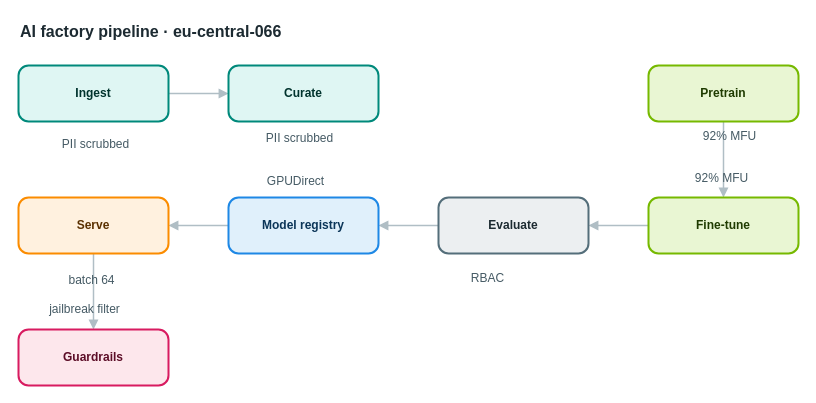
Before: apps/web/public/samples/library/066-ai-factory-pipeline.drawio in AryanG01/open-apprentice, a draw.io diagram. Source tidied: cells renumbered, new cells numbered last; positions are measured from the earlier drawing's top-left corner, leaving out a move shared by most shapes. Both pictures are drawn from the tidied source at 100%, with x=0, y=0 at pixel (18, 17).
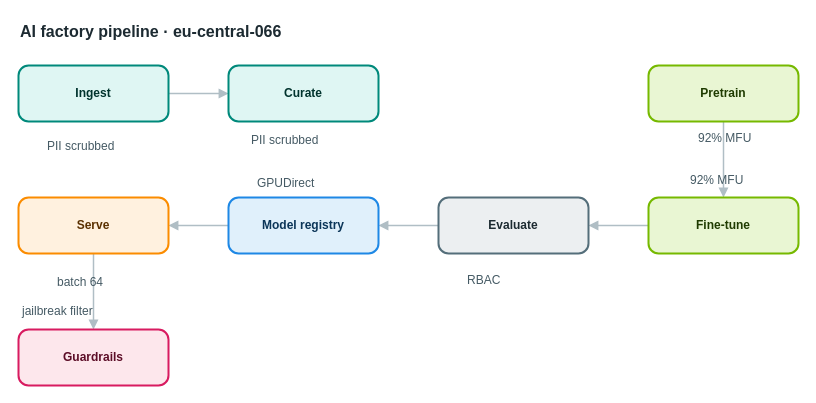
The same diagram, later.

The edit, as a diff of the source:
```diff
@@
-    <mxCell id="17" value="PII scrubbed" style="text;html=1;align=center;verticalAlign=middle;whiteSpace=nowrap;strokeColor=none;fillColor=none;fontSize=12;fontColor=#455a64;" parent="1" vertex="1">
+    <mxCell id="17" value="PII scrubbed" style="text;html=1;align=left;verticalAlign=top;whiteSpace=nowrap;spacing=0;spacingTop=0;strokeColor=none;fillColor=none;fontSize=12;fontColor=#455a64;" parent="1" vertex="1">
       <mxGeometry x="29" y="117" width="96" height="20" as="geometry" />
     </mxCell>
-    <mxCell id="18" value="PII scrubbed" style="text;html=1;align=center;verticalAlign=middle;whiteSpace=nowrap;strokeColor=none;fillColor=none;fontSize=12;fontColor=#455a64;" parent="1" vertex="1">
+    <mxCell id="18" value="PII scrubbed" style="text;html=1;align=left;verticalAlign=top;whiteSpace=nowrap;spacing=0;spacingTop=0;strokeColor=none;fillColor=none;fontSize=12;fontColor=#455a64;" parent="1" vertex="1">
       <mxGeometry x="233" y="111" width="96" height="20" as="geometry" />
     </mxCell>
-    <mxCell id="19" value="92% MFU" style="text;html=1;align=center;verticalAlign=middle;whiteSpace=nowrap;strokeColor=none;fillColor=none;fontSize=12;fontColor=#455a64;" parent="1" vertex="1">
+    <mxCell id="19" value="92% MFU" style="text;html=1;align=left;verticalAlign=top;whiteSpace=nowrap;spacing=0;spacingTop=0;strokeColor=none;fillColor=none;fontSize=12;fontColor=#455a64;" parent="1" vertex="1">
       <mxGeometry x="680" y="109" width="61" height="20" as="geometry" />
     </mxCell>
-    <mxCell id="20" value="92% MFU" style="text;html=1;align=center;verticalAlign=middle;whiteSpace=nowrap;strokeColor=none;fillColor=none;fontSize=12;fontColor=#455a64;" parent="1" vertex="1">
+    <mxCell id="20" value="92% MFU" style="text;html=1;align=left;verticalAlign=top;whiteSpace=nowrap;spacing=0;spacingTop=0;strokeColor=none;fillColor=none;fontSize=12;fontColor=#455a64;" parent="1" vertex="1">
       <mxGeometry x="672" y="151" width="61" height="20" as="geometry" />
     </mxCell>
-    <mxCell id="21" value="RBAC" style="text;html=1;align=center;verticalAlign=middle;whiteSpace=nowrap;strokeColor=none;fillColor=none;fontSize=12;fontColor=#455a64;" parent="1" vertex="1">
+    <mxCell id="21" value="RBAC" style="text;html=1;align=left;verticalAlign=top;whiteSpace=nowrap;spacing=0;spacingTop=0;strokeColor=none;fillColor=none;fontSize=12;fontColor=#455a64;" parent="1" vertex="1">
       <mxGeometry x="449" y="251" width="40" height="20" as="geometry" />
     </mxCell>
-    <mxCell id="22" value="GPUDirect" style="text;html=1;align=center;verticalAlign=middle;whiteSpace=nowrap;strokeColor=none;fillColor=none;fontSize=12;fontColor=#455a64;" parent="1" vertex="1">
+    <mxCell id="22" value="GPUDirect" style="text;html=1;align=left;verticalAlign=top;whiteSpace=nowrap;spacing=0;spacingTop=0;strokeColor=none;fillColor=none;fontSize=12;fontColor=#455a64;" parent="1" vertex="1">
       <mxGeometry x="239" y="154" width="75" height="20" as="geometry" />
     </mxCell>
-    <mxCell id="23" value="batch 64" style="text;html=1;align=center;verticalAlign=middle;whiteSpace=nowrap;strokeColor=none;fillColor=none;fontSize=12;fontColor=#455a64;" parent="1" vertex="1">
+    <mxCell id="23" value="batch 64" style="text;html=1;align=left;verticalAlign=top;whiteSpace=nowrap;spacing=0;spacingTop=0;strokeColor=none;fillColor=none;fontSize=12;fontColor=#455a64;" parent="1" vertex="1">
       <mxGeometry x="39" y="253" width="68" height="20" as="geometry" />
     </mxCell>
-    <mxCell id="24" value="jailbreak filter" style="text;html=1;align=center;verticalAlign=middle;whiteSpace=nowrap;strokeColor=none;fillColor=none;fontSize=12;fontColor=#455a64;" parent="1" vertex="1">
+    <mxCell id="24" value="jailbreak filter" style="text;html=1;align=left;verticalAlign=top;whiteSpace=nowrap;spacing=0;spacingTop=0;strokeColor=none;fillColor=none;fontSize=12;fontColor=#455a64;" parent="1" vertex="1">
       <mxGeometry x="4" y="282" width="124" height="20" as="geometry" />
     </mxCell>
```
